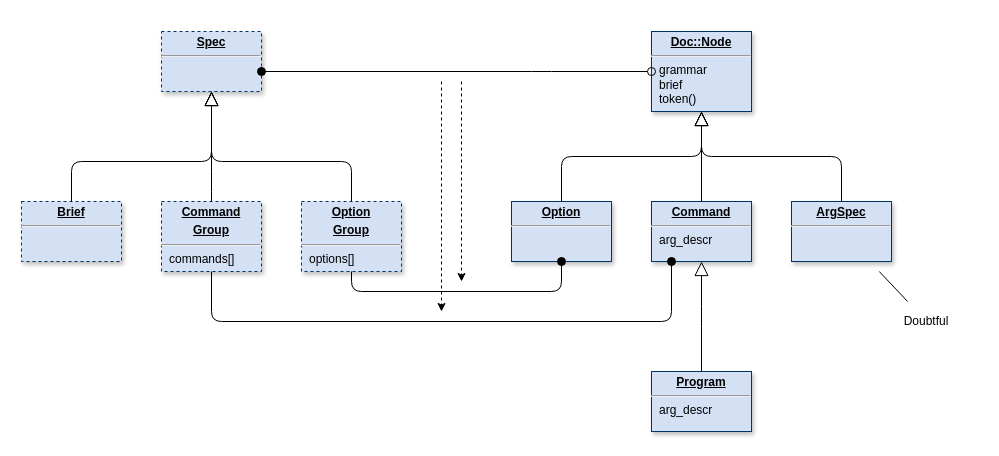
Earlier version of the draw.io diagram page "Doc" (3 of 4) of doc/diagram.drawio (clrgit/shellopts). Source tidied: cells renumbered, new cells numbered last; positions are measured from the earlier drawing's top-left corner, leaving out a move shared by most shapes. Both pictures are drawn from the tidied source at 100%, with x=0, y=0 at pixel (21, 31).
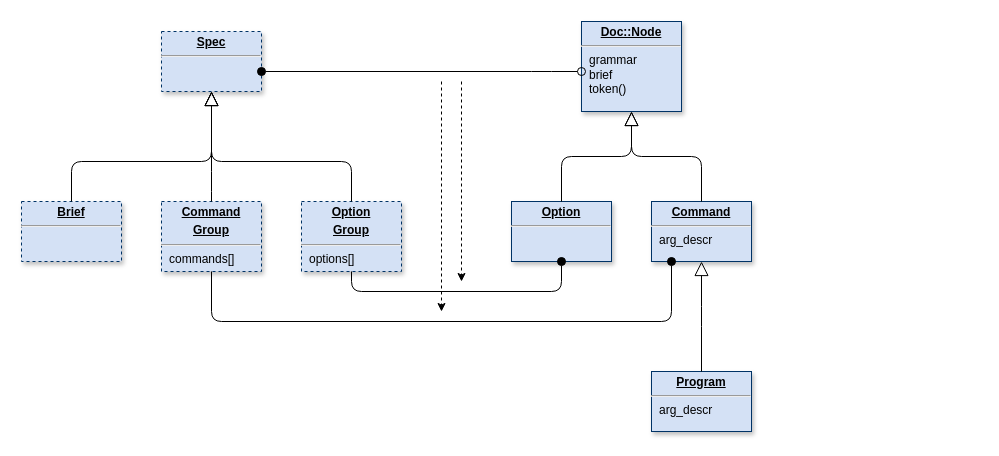
The same page after the edit.

What changed in the source:
```diff
@@
     <mxCell id="11" value="&lt;p style=&quot;margin: 0px ; margin-top: 4px ; text-align: center ; text-decoration: underline&quot;&gt;&lt;b&gt;Doc::Node&lt;/b&gt;&lt;/p&gt;&lt;hr&gt;&lt;p style=&quot;margin: 0px ; margin-left: 8px&quot;&gt;grammar&lt;/p&gt;&lt;p style=&quot;margin: 0px ; margin-left: 8px&quot;&gt;brief&lt;/p&gt;&lt;p style=&quot;margin: 0px ; margin-left: 8px&quot;&gt;token()&lt;/p&gt;" style="verticalAlign=top;align=left;overflow=fill;fontSize=12;fontFamily=Helvetica;html=1;shadow=1;strokeColor=#003366;fillColor=#D4E1F5;" parent="1" vertex="1">
-      <mxGeometry x="630" width="100" height="80" as="geometry" />
+      <mxGeometry x="560" y="-10" width="100" height="90" as="geometry" />
     </mxCell>
@@
-    <mxCell id="25" value="&lt;p style=&quot;margin: 0px ; margin-top: 4px ; text-align: center ; text-decoration: underline&quot;&gt;&lt;b&gt;ArgSpec&lt;/b&gt;&lt;/p&gt;&lt;hr&gt;&lt;p style=&quot;margin: 0px ; margin-left: 8px&quot;&gt;&lt;br&gt;&lt;/p&gt;" style="verticalAlign=top;align=left;overflow=fill;fontSize=12;fontFamily=Helvetica;html=1;shadow=1;strokeColor=#003366;fillColor=#D4E1F5;whiteSpace=wrap;" parent="1" vertex="1">
-      <mxGeometry x="770" y="170" width="100" height="60" as="geometry" />
-    </mxCell>
-    <mxCell id="26" style="endArrow=none;html=1;sourcePerimeterSpacing=10;startSize=0;targetPerimeterSpacing=10;labelBackgroundColor=#FFFFFF;" parent="1" edge="1" source="25" target="27">
-      <mxGeometry relative="1" as="geometry" />
-    </mxCell>
-    <mxCell id="27" value="Doubtful" style="text;html=1;strokeColor=none;fillColor=none;align=center;verticalAlign=middle;whiteSpace=wrap;rounded=0;labelPosition=center;verticalLabelPosition=middle;" parent="1" vertex="1">
-      <mxGeometry x="850" y="280" width="110" height="20" as="geometry" />
-    </mxCell>
@@
-    <mxCell id="29" style="endArrow=block;endFill=0;endSize=12;html=1;edgeStyle=elbowEdgeStyle;labelBackgroundColor=#FFFFFF;elbow=vertical;" parent="1" edge="1" source="25" target="11">
-      <mxGeometry relative="1" as="geometry" />
-    </mxCell>
```
